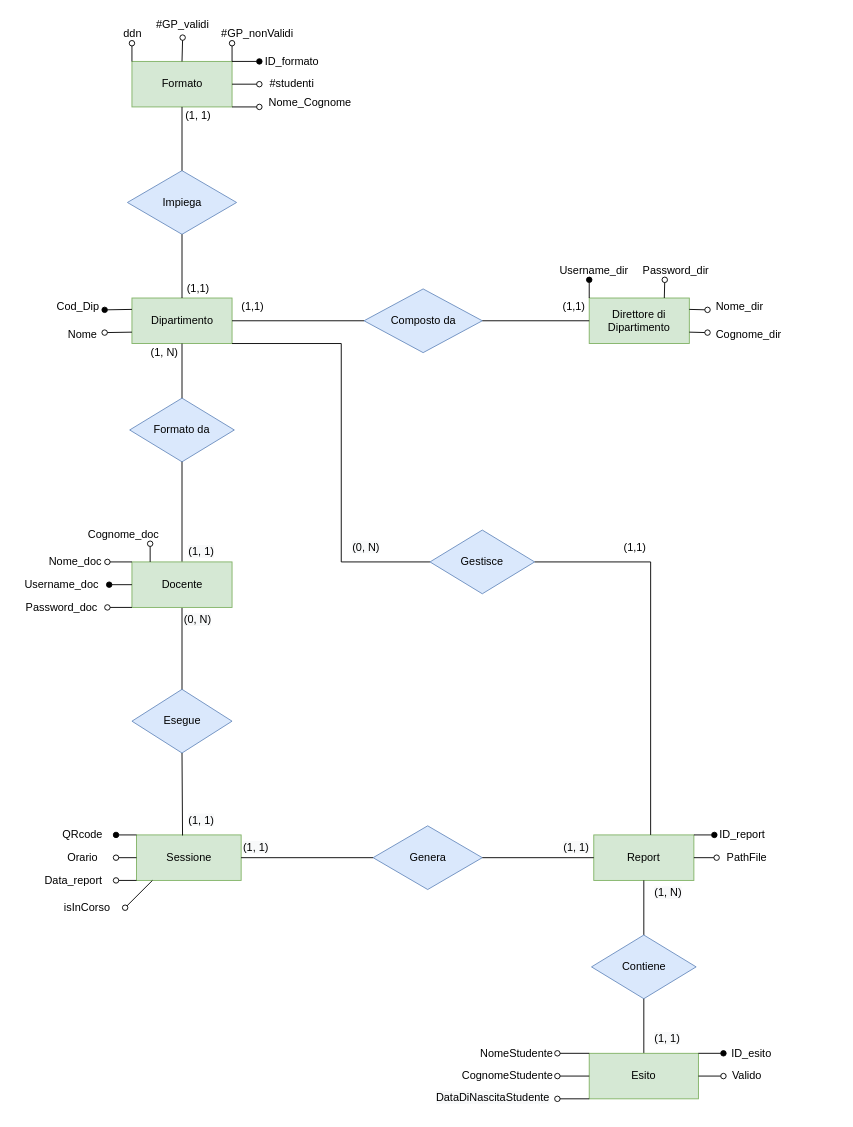
Above: Database/Modello concettuale/database.drawio in Alberto-00/EasyPass (draw.io), before the change. Source tidied: cells renumbered, new cells numbered last; positions are measured from the earlier drawing's top-left corner, leaving out a move shared by most shapes. Both pictures are drawn from the tidied source at 91%, with x=0, y=0 at pixel (15, 15).
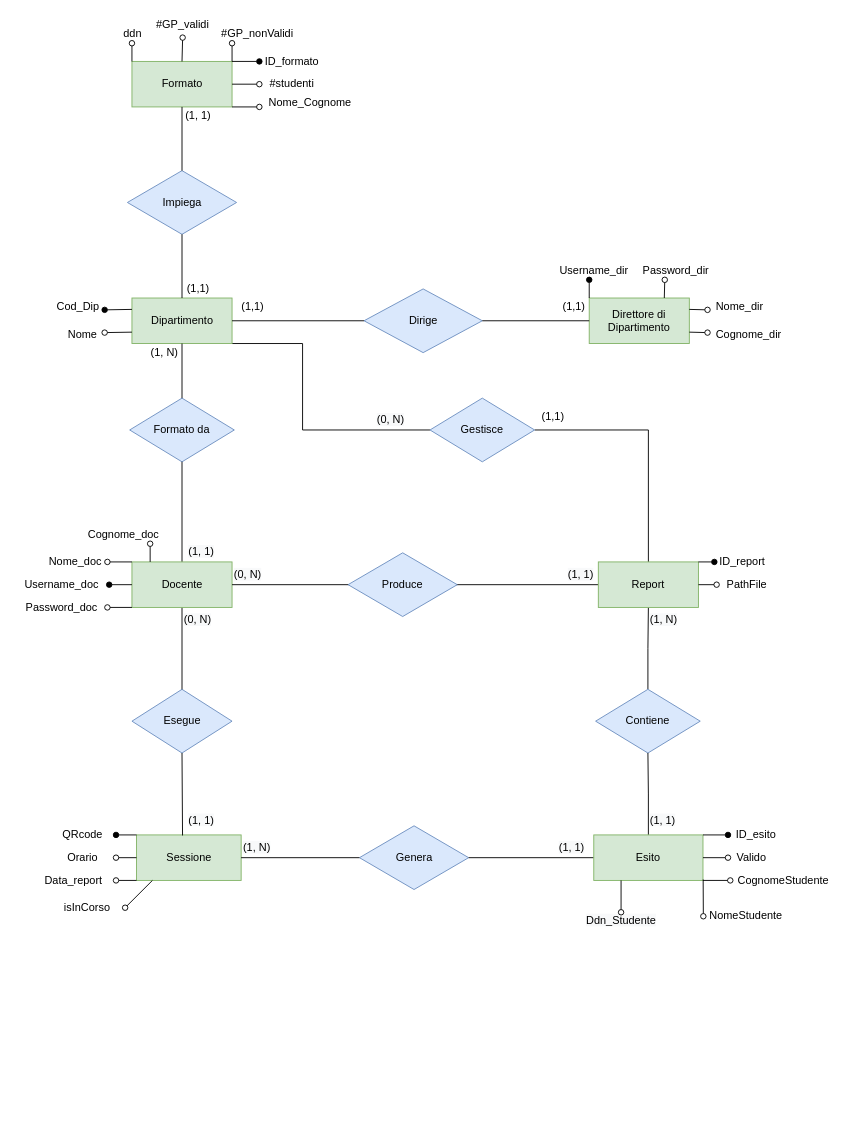
The same page after the edit.

Unchanged cells that the change refers to:
```xml
<mxCell id="2" value="Dipartimento" style="rounded=0;whiteSpace=wrap;html=1;fillColor=#d5e8d4;strokeColor=#82b366;" parent="1" vertex="1">
  <mxGeometry x="127.5" y="310" width="110" height="50" as="geometry" />
</mxCell>
<mxCell id="63" value="Docente" style="rounded=0;whiteSpace=wrap;html=1;fillColor=#d5e8d4;strokeColor=#82b366;" parent="1" vertex="1">
  <mxGeometry x="127.5" y="600" width="110" height="50" as="geometry" />
</mxCell>
```

Diff of the diagram source:
```diff
@@
+    <mxCell id="100" style="edgeStyle=orthogonalEdgeStyle;rounded=0;jettySize=auto;html=1;exitX=1;exitY=1;exitDx=0;exitDy=0;entryX=0;entryY=0.5;entryDx=0;entryDy=0;endArrow=none;endFill=0;" parent="1" edge="1" source="2" target="21">
+      <mxGeometry relative="1" as="geometry">
+        <Array as="points">
+          <mxPoint x="315" y="360" />
+          <mxPoint x="315" y="455" />
+        </Array>
+      </mxGeometry>
+    </mxCell>
@@
-    <mxCell id="10" value="Report" style="rounded=0;whiteSpace=wrap;html=1;fillColor=#d5e8d4;strokeColor=#82b366;" parent="1" vertex="1">
-      <mxGeometry x="635" y="900" width="110" height="50" as="geometry" />
-    </mxCell>
@@
     <mxCell id="14" value="Genera" style="rhombus;whiteSpace=wrap;html=1;fillColor=#dae8fc;strokeColor=#6c8ebf;" parent="1" vertex="1">
-      <mxGeometry x="392.5" y="890" width="120" height="70" as="geometry" />
+      <mxGeometry x="377.5" y="890" width="120" height="70" as="geometry" />
     </mxCell>
-    <mxCell id="15" style="endArrow=none;html=1;rounded=0;exitX=0;exitY=0.5;exitDx=0;exitDy=0;entryX=1;entryY=0.5;entryDx=0;entryDy=0;" parent="1" edge="1" source="10" target="14">
-      <mxGeometry relative="1" as="geometry" />
+    <mxCell id="15" style="endArrow=none;html=1;rounded=0;exitX=0;exitY=0.5;exitDx=0;exitDy=0;entryX=1;entryY=0.5;entryDx=0;entryDy=0;" parent="1" edge="1" target="14">
+      <mxGeometry relative="1" as="geometry">
+        <mxPoint x="635" y="925" as="sourcePoint" />
+      </mxGeometry>
     </mxCell>
@@
-    <mxCell id="17" style="endArrow=none;html=1;rounded=0;exitX=0.5;exitY=0;exitDx=0;exitDy=0;entryX=0.5;entryY=1;entryDx=0;entryDy=0;" parent="1" edge="1" source="18" target="10">
+    <mxCell id="17" style="edgeStyle=orthogonalEdgeStyle;rounded=0;jettySize=auto;html=1;exitX=0.5;exitY=0;exitDx=0;exitDy=0;entryX=0.5;entryY=1;entryDx=0;entryDy=0;endArrow=none;endFill=0;" parent="1" edge="1" source="18" target="10">
       <mxGeometry relative="1" as="geometry" />
     </mxCell>
     <mxCell id="18" value="Contiene" style="rhombus;whiteSpace=wrap;html=1;fillColor=#dae8fc;strokeColor=#6c8ebf;" parent="1" vertex="1">
-      <mxGeometry x="632.5" y="1010" width="115" height="70" as="geometry" />
+      <mxGeometry x="637" y="740" width="115" height="70" as="geometry" />
     </mxCell>
-    <mxCell id="19" style="endArrow=none;html=1;rounded=0;exitX=0.5;exitY=1;exitDx=0;exitDy=0;entryX=0.5;entryY=0;entryDx=0;entryDy=0;" parent="1" edge="1" source="18" target="20">
-      <mxGeometry relative="1" as="geometry" />
-    </mxCell>
+    <mxCell id="101" style="edgeStyle=orthogonalEdgeStyle;rounded=0;jettySize=auto;html=1;exitX=0.5;exitY=0;exitDx=0;exitDy=0;entryX=0.5;entryY=1;entryDx=0;entryDy=0;endArrow=none;endFill=0;" parent="1" edge="1" source="20" target="18">
+      <mxGeometry relative="1" as="geometry" />
+    </mxCell>
     <mxCell id="20" value="Esito" style="rounded=0;whiteSpace=wrap;html=1;fillColor=#d5e8d4;strokeColor=#82b366;" parent="1" vertex="1">
-      <mxGeometry x="630" y="1140" width="120" height="50" as="geometry" />
+      <mxGeometry x="635" y="900" width="120" height="50" as="geometry" />
     </mxCell>
+    <mxCell id="22" style="edgeStyle=orthogonalEdgeStyle;rounded=0;jettySize=auto;html=1;exitX=1;exitY=0.5;exitDx=0;exitDy=0;entryX=0.5;entryY=0;entryDx=0;entryDy=0;endArrow=none;endFill=0;" parent="1" edge="1" source="21" target="10">
+      <mxGeometry relative="1" as="geometry" />
+    </mxCell>
     <mxCell id="21" value="Gestisce" style="rhombus;whiteSpace=wrap;html=1;fillColor=#dae8fc;strokeColor=#6c8ebf;" parent="1" vertex="1">
-      <mxGeometry x="455" y="565" width="115" height="70" as="geometry" />
+      <mxGeometry x="455" y="420" width="115" height="70" as="geometry" />
     </mxCell>
-    <mxCell id="22" style="endArrow=none;html=1;rounded=0;entryX=0.568;entryY=0;entryDx=0;entryDy=0;entryPerimeter=0;edgeStyle=orthogonalEdgeStyle;exitX=1;exitY=0.5;exitDx=0;exitDy=0;" parent="1" edge="1" source="21" target="10">
-      <mxGeometry relative="1" as="geometry" />
-    </mxCell>
@@
     <mxCell id="34" value="&lt;span style=&quot;color: rgb(0 , 0 , 0) ; font-family: &amp;#34;helvetica&amp;#34; ; font-size: 12px ; font-style: normal ; font-weight: 400 ; letter-spacing: normal ; text-align: center ; text-indent: 0px ; text-transform: none ; word-spacing: 0px ; background-color: rgb(248 , 249 , 250) ; display: inline ; float: none&quot;&gt;(0, N)&lt;/span&gt;" style="text;whiteSpace=wrap;html=1;" parent="1" vertex="1">
-      <mxGeometry x="367.5" y="570" width="37.5" height="30" as="geometry" />
+      <mxGeometry x="395" y="430" width="37.5" height="30" as="geometry" />
     </mxCell>
-    <mxCell id="35" value="&lt;span style=&quot;color: rgb(0 , 0 , 0) ; font-family: &amp;#34;helvetica&amp;#34; ; font-size: 12px ; font-style: normal ; font-weight: 400 ; letter-spacing: normal ; text-align: center ; text-indent: 0px ; text-transform: none ; word-spacing: 0px ; background-color: rgb(248 , 249 , 250) ; display: inline ; float: none&quot;&gt;(1, 1)&lt;/span&gt;" style="text;whiteSpace=wrap;html=1;" parent="1" vertex="1">
+    <mxCell id="35" value="&lt;span style=&quot;color: rgb(0 , 0 , 0) ; font-family: &amp;#34;helvetica&amp;#34; ; font-size: 12px ; font-style: normal ; font-weight: 400 ; letter-spacing: normal ; text-align: center ; text-indent: 0px ; text-transform: none ; word-spacing: 0px ; background-color: rgb(248 , 249 , 250) ; display: inline ; float: none&quot;&gt;(1, N)&lt;/span&gt;" style="text;whiteSpace=wrap;html=1;" parent="1" vertex="1">
       <mxGeometry x="247.5" y="900" width="60" height="30" as="geometry" />
     </mxCell>
-    <mxCell id="36" value="&lt;span style=&quot;color: rgb(0 , 0 , 0) ; font-family: &amp;#34;helvetica&amp;#34; ; font-size: 12px ; font-style: normal ; font-weight: 400 ; letter-spacing: normal ; text-align: center ; text-indent: 0px ; text-transform: none ; word-spacing: 0px ; background-color: rgb(248 , 249 , 250) ; display: inline ; float: none&quot;&gt;(1, 1)&lt;/span&gt;" style="text;whiteSpace=wrap;html=1;" parent="1" vertex="1">
-      <mxGeometry x="600" y="900" width="60" height="30" as="geometry" />
-    </mxCell>
-    <mxCell id="37" value="&lt;span style=&quot;color: rgb(0 , 0 , 0) ; font-family: &amp;#34;helvetica&amp;#34; ; font-size: 12px ; font-style: normal ; font-weight: 400 ; letter-spacing: normal ; text-align: center ; text-indent: 0px ; text-transform: none ; word-spacing: 0px ; background-color: rgb(248 , 249 , 250) ; display: inline ; float: none&quot;&gt;(1, N)&lt;/span&gt;" style="text;whiteSpace=wrap;html=1;" parent="1" vertex="1">
-      <mxGeometry x="700" y="950" width="60" height="30" as="geometry" />
-    </mxCell>
     <mxCell id="38" value="&lt;span style=&quot;color: rgb(0 , 0 , 0) ; font-family: &amp;#34;helvetica&amp;#34; ; font-size: 12px ; font-style: normal ; font-weight: 400 ; letter-spacing: normal ; text-align: center ; text-indent: 0px ; text-transform: none ; word-spacing: 0px ; background-color: rgb(248 , 249 , 250) ; display: inline ; float: none&quot;&gt;(1, 1)&lt;/span&gt;" style="text;whiteSpace=wrap;html=1;" parent="1" vertex="1">
-      <mxGeometry x="700" y="1110" width="35" height="30" as="geometry" />
+      <mxGeometry x="695" y="870" width="35" height="30" as="geometry" />
     </mxCell>
@@
-    <mxCell id="74" style="endArrow=none;html=1;rounded=0;entryX=1;entryY=0;entryDx=0;entryDy=0;startArrow=oval;startFill=1;" parent="1" edge="1" target="10">
-      <mxGeometry relative="1" as="geometry">
-        <mxPoint x="767.5" y="900" as="sourcePoint" />
-      </mxGeometry>
-    </mxCell>
-    <mxCell id="75" value="ID_report" style="text;html=1;align=center;verticalAlign=middle;strokeColor=none;fillColor=none;fontColor=#000000;" parent="1" vertex="1">
-      <mxGeometry x="762.5" y="890" width="70" height="20" as="geometry" />
-    </mxCell>
@@
-    <mxCell id="80" style="endArrow=none;html=1;rounded=0;entryX=1;entryY=0.5;entryDx=0;entryDy=0;startArrow=oval;startFill=0;" parent="1" edge="1" target="10">
-      <mxGeometry relative="1" as="geometry">
-        <mxPoint x="770" y="925" as="sourcePoint" />
-      </mxGeometry>
-    </mxCell>
-    <mxCell id="81" value="PathFile" style="text;html=1;align=center;verticalAlign=middle;strokeColor=none;fillColor=none;fontColor=#000000;" parent="1" vertex="1">
-      <mxGeometry x="772.5" y="915" width="60" height="20" as="geometry" />
-    </mxCell>
     <mxCell id="82" style="endArrow=none;html=1;rounded=0;startArrow=oval;startFill=1;entryX=1;entryY=0;entryDx=0;entryDy=0;" parent="1" edge="1" target="20">
       <mxGeometry relative="1" as="geometry">
-        <mxPoint x="777.5" y="1140" as="sourcePoint" />
+        <mxPoint x="782.5" y="900" as="sourcePoint" />
       </mxGeometry>
     </mxCell>
     <mxCell id="83" value="ID_esito" style="text;html=1;align=center;verticalAlign=middle;strokeColor=none;fillColor=none;fontColor=#000000;" parent="1" vertex="1">
-      <mxGeometry x="777.5" y="1130" width="60" height="20" as="geometry" />
+      <mxGeometry x="782.5" y="890" width="60" height="20" as="geometry" />
     </mxCell>
     <mxCell id="84" style="endArrow=none;html=1;rounded=0;entryX=1;entryY=0.5;entryDx=0;entryDy=0;startArrow=oval;startFill=0;" parent="1" edge="1" target="20">
       <mxGeometry relative="1" as="geometry">
-        <mxPoint x="777.5" y="1165" as="sourcePoint" />
+        <mxPoint x="782.5" y="925" as="sourcePoint" />
       </mxGeometry>
     </mxCell>
     <mxCell id="85" value="Valido" style="text;html=1;align=center;verticalAlign=middle;strokeColor=none;fillColor=none;fontColor=#000000;" parent="1" vertex="1">
-      <mxGeometry x="777.5" y="1155" width="50" height="20" as="geometry" />
+      <mxGeometry x="782.5" y="915" width="50" height="20" as="geometry" />
     </mxCell>
     <mxCell id="86" value="(1,1)" style="text;html=1;align=center;verticalAlign=middle;strokeColor=none;fillColor=none;fontColor=#000000;" parent="1" vertex="1">
-      <mxGeometry x="660" y="575" width="40" height="20" as="geometry" />
+      <mxGeometry x="570" y="430" width="40" height="20" as="geometry" />
     </mxCell>
-    <mxCell id="87" value="Composto da" style="rhombus;whiteSpace=wrap;html=1;fillColor=#dae8fc;strokeColor=#6c8ebf;" parent="1" vertex="1">
+    <mxCell id="87" value="Dirige" style="rhombus;whiteSpace=wrap;html=1;fillColor=#dae8fc;strokeColor=#6c8ebf;" parent="1" vertex="1">
       <mxGeometry x="382.5" y="300" width="130" height="70" as="geometry" />
     </mxCell>
@@
-    <mxCell id="89" style="endArrow=none;html=1;rounded=0;fontColor=#000000;exitX=1;exitY=1;exitDx=0;exitDy=0;" parent="1" edge="1" source="2">
-      <mxGeometry relative="1" as="geometry">
-        <mxPoint x="357.5" y="360" as="targetPoint" />
-      </mxGeometry>
-    </mxCell>
-    <mxCell id="90" style="endArrow=none;html=1;rounded=0;fontColor=#000000;edgeStyle=orthogonalEdgeStyle;" parent="1" edge="1">
-      <mxGeometry relative="1" as="geometry">
-        <mxPoint x="357.5" y="360" as="sourcePoint" />
-        <mxPoint x="357.5" y="600" as="targetPoint" />
-      </mxGeometry>
-    </mxCell>
-    <mxCell id="91" style="endArrow=none;html=1;rounded=0;fontColor=#000000;entryX=0;entryY=0.5;entryDx=0;entryDy=0;" parent="1" edge="1" target="21">
-      <mxGeometry relative="1" as="geometry">
-        <mxPoint x="357.5" y="600" as="sourcePoint" />
-      </mxGeometry>
-    </mxCell>
     <mxCell id="92" value="NomeStudente" style="text;html=1;align=center;verticalAlign=middle;strokeColor=none;fillColor=none;fontColor=#000000;" parent="1" vertex="1">
-      <mxGeometry x="500" y="1130" width="100" height="20" as="geometry" />
+      <mxGeometry x="751.5" y="979" width="100" height="20" as="geometry" />
     </mxCell>
     <mxCell id="93" value="CognomeStudente" style="text;html=1;align=center;verticalAlign=middle;strokeColor=none;fillColor=none;fontColor=#000000;" parent="1" vertex="1">
-      <mxGeometry x="480" y="1155" width="120" height="20" as="geometry" />
+      <mxGeometry x="782.5" y="940" width="120" height="20" as="geometry" />
     </mxCell>
-    <mxCell id="94" value="&lt;span style=&quot;color: rgb(0 , 0 , 0) ; font-family: &amp;#34;helvetica&amp;#34; ; font-size: 12px ; font-style: normal ; font-weight: 400 ; letter-spacing: normal ; text-align: center ; text-indent: 0px ; text-transform: none ; word-spacing: 0px ; background-color: rgb(248 , 249 , 250) ; display: inline ; float: none&quot;&gt;DataDiNascitaStudente&lt;/span&gt;" style="text;whiteSpace=wrap;html=1;fontSize=12;fontFamily=Helvetica;" parent="1" vertex="1">
-      <mxGeometry x="460" y="1175" width="110" height="30" as="geometry" />
+    <mxCell id="94" value="&lt;span style=&quot;color: rgb(0 , 0 , 0) ; font-family: &amp;#34;helvetica&amp;#34; ; font-size: 12px ; font-style: normal ; font-weight: 400 ; letter-spacing: normal ; text-align: center ; text-indent: 0px ; text-transform: none ; word-spacing: 0px ; background-color: rgb(248 , 249 , 250) ; display: inline ; float: none&quot;&gt;Ddn_Studente&lt;/span&gt;" style="text;whiteSpace=wrap;html=1;fontSize=12;fontFamily=Helvetica;" parent="1" vertex="1">
+      <mxGeometry x="625" y="980" width="80" height="30" as="geometry" />
     </mxCell>
-    <mxCell id="95" style="endArrow=none;html=1;rounded=0;fontFamily=Helvetica;fontSize=12;entryX=0;entryY=0;entryDx=0;entryDy=0;startArrow=oval;startFill=0;" parent="1" edge="1" target="20">
+    <mxCell id="95" style="endArrow=none;html=1;rounded=0;fontFamily=Helvetica;fontSize=12;startArrow=oval;startFill=0;exitX=0.404;exitY=-0.23;exitDx=0;exitDy=0;exitPerimeter=0;" parent="1" edge="1">
       <mxGeometry relative="1" as="geometry">
-        <mxPoint x="595" y="1140" as="sourcePoint" />
+        <mxPoint x="755.4" y="989.4" as="sourcePoint" />
+        <mxPoint x="755.2" y="949" as="targetPoint" />
       </mxGeometry>
     </mxCell>
-    <mxCell id="96" style="endArrow=none;html=1;rounded=0;fontFamily=Helvetica;fontSize=12;startArrow=oval;startFill=0;entryX=0;entryY=0.5;entryDx=0;entryDy=0;" parent="1" edge="1" target="20">
+    <mxCell id="96" style="endArrow=none;html=1;rounded=0;fontFamily=Helvetica;fontSize=12;startArrow=oval;startFill=0;entryX=1;entryY=1;entryDx=0;entryDy=0;" parent="1" edge="1" target="20">
       <mxGeometry relative="1" as="geometry">
-        <mxPoint x="595" y="1165" as="sourcePoint" />
+        <mxPoint x="785" y="950" as="sourcePoint" />
       </mxGeometry>
     </mxCell>
-    <mxCell id="97" style="endArrow=none;html=1;rounded=0;fontFamily=Helvetica;fontSize=12;startArrow=oval;startFill=0;entryX=0;entryY=1;entryDx=0;entryDy=0;" parent="1" edge="1" target="20">
+    <mxCell id="97" style="endArrow=none;html=1;rounded=0;fontFamily=Helvetica;fontSize=12;startArrow=oval;startFill=0;entryX=0.25;entryY=1;entryDx=0;entryDy=0;" parent="1" edge="1" target="20">
       <mxGeometry relative="1" as="geometry">
-        <mxPoint x="595" y="1190" as="sourcePoint" />
+        <mxPoint x="665" y="985" as="sourcePoint" />
       </mxGeometry>
     </mxCell>
@@
+    <mxCell id="102" style="edgeStyle=orthogonalEdgeStyle;rounded=0;jettySize=auto;html=1;exitX=0;exitY=0.5;exitDx=0;exitDy=0;entryX=1;entryY=0.5;entryDx=0;entryDy=0;endArrow=none;endFill=0;" parent="1" edge="1" source="10" target="63">
+      <mxGeometry relative="1" as="geometry" />
+    </mxCell>
+    <mxCell id="10" value="Report" style="rounded=0;whiteSpace=wrap;html=1;fillColor=#d5e8d4;strokeColor=#82b366;" parent="1" vertex="1">
+      <mxGeometry x="640" y="600" width="110" height="50" as="geometry" />
+    </mxCell>
+    <mxCell id="37" value="&lt;span style=&quot;color: rgb(0 , 0 , 0) ; font-family: &amp;#34;helvetica&amp;#34; ; font-size: 12px ; font-style: normal ; font-weight: 400 ; letter-spacing: normal ; text-align: center ; text-indent: 0px ; text-transform: none ; word-spacing: 0px ; background-color: rgb(248 , 249 , 250) ; display: inline ; float: none&quot;&gt;(1, N)&lt;/span&gt;" style="text;whiteSpace=wrap;html=1;" parent="1" vertex="1">
+      <mxGeometry x="695" y="650" width="60" height="30" as="geometry" />
+    </mxCell>
+    <mxCell id="103" style="endArrow=none;html=1;rounded=0;entryX=1;entryY=0;entryDx=0;entryDy=0;startArrow=oval;startFill=1;" parent="1" edge="1" target="10">
+      <mxGeometry relative="1" as="geometry">
+        <mxPoint x="767.5" y="600" as="sourcePoint" />
+      </mxGeometry>
+    </mxCell>
+    <mxCell id="75" value="ID_report" style="text;html=1;align=center;verticalAlign=middle;strokeColor=none;fillColor=none;fontColor=#000000;" parent="1" vertex="1">
+      <mxGeometry x="762.5" y="590" width="70" height="20" as="geometry" />
+    </mxCell>
+    <mxCell id="104" style="endArrow=none;html=1;rounded=0;entryX=1;entryY=0.5;entryDx=0;entryDy=0;startArrow=oval;startFill=0;" parent="1" edge="1" target="10">
+      <mxGeometry relative="1" as="geometry">
+        <mxPoint x="770" y="625" as="sourcePoint" />
+      </mxGeometry>
+    </mxCell>
+    <mxCell id="81" value="PathFile" style="text;html=1;align=center;verticalAlign=middle;strokeColor=none;fillColor=none;fontColor=#000000;" parent="1" vertex="1">
+      <mxGeometry x="772.5" y="615" width="60" height="20" as="geometry" />
+    </mxCell>
+    <mxCell id="105" value="&lt;span style=&quot;color: rgb(0 , 0 , 0) ; font-family: &amp;#34;helvetica&amp;#34; ; font-size: 12px ; font-style: normal ; font-weight: 400 ; letter-spacing: normal ; text-align: center ; text-indent: 0px ; text-transform: none ; word-spacing: 0px ; background-color: rgb(248 , 249 , 250) ; display: inline ; float: none&quot;&gt;(1, 1)&lt;/span&gt;" style="text;whiteSpace=wrap;html=1;" parent="1" vertex="1">
+      <mxGeometry x="595" y="900" width="35" height="30" as="geometry" />
+    </mxCell>
+    <mxCell id="106" value="&lt;span style=&quot;color: rgb(0 , 0 , 0) ; font-family: &amp;#34;helvetica&amp;#34; ; font-size: 12px ; font-style: normal ; font-weight: 400 ; letter-spacing: normal ; text-align: center ; text-indent: 0px ; text-transform: none ; word-spacing: 0px ; background-color: rgb(248 , 249 , 250) ; display: inline ; float: none&quot;&gt;(0, N)&lt;/span&gt;" style="text;whiteSpace=wrap;html=1;" parent="1" vertex="1">
+      <mxGeometry x="237.5" y="600" width="35" height="30" as="geometry" />
+    </mxCell>
+    <mxCell id="107" value="&lt;span style=&quot;color: rgb(0 , 0 , 0) ; font-family: &amp;#34;helvetica&amp;#34; ; font-size: 12px ; font-style: normal ; font-weight: 400 ; letter-spacing: normal ; text-align: center ; text-indent: 0px ; text-transform: none ; word-spacing: 0px ; background-color: rgb(248 , 249 , 250) ; display: inline ; float: none&quot;&gt;(1, 1)&lt;/span&gt;" style="text;whiteSpace=wrap;html=1;" parent="1" vertex="1">
+      <mxGeometry x="605" y="600" width="60" height="30" as="geometry" />
+    </mxCell>
+    <mxCell id="108" value="Produce" style="rhombus;whiteSpace=wrap;html=1;fillColor=#dae8fc;strokeColor=#6c8ebf;" parent="1" vertex="1">
+      <mxGeometry x="365" y="590" width="120" height="70" as="geometry" />
+    </mxCell>
```
